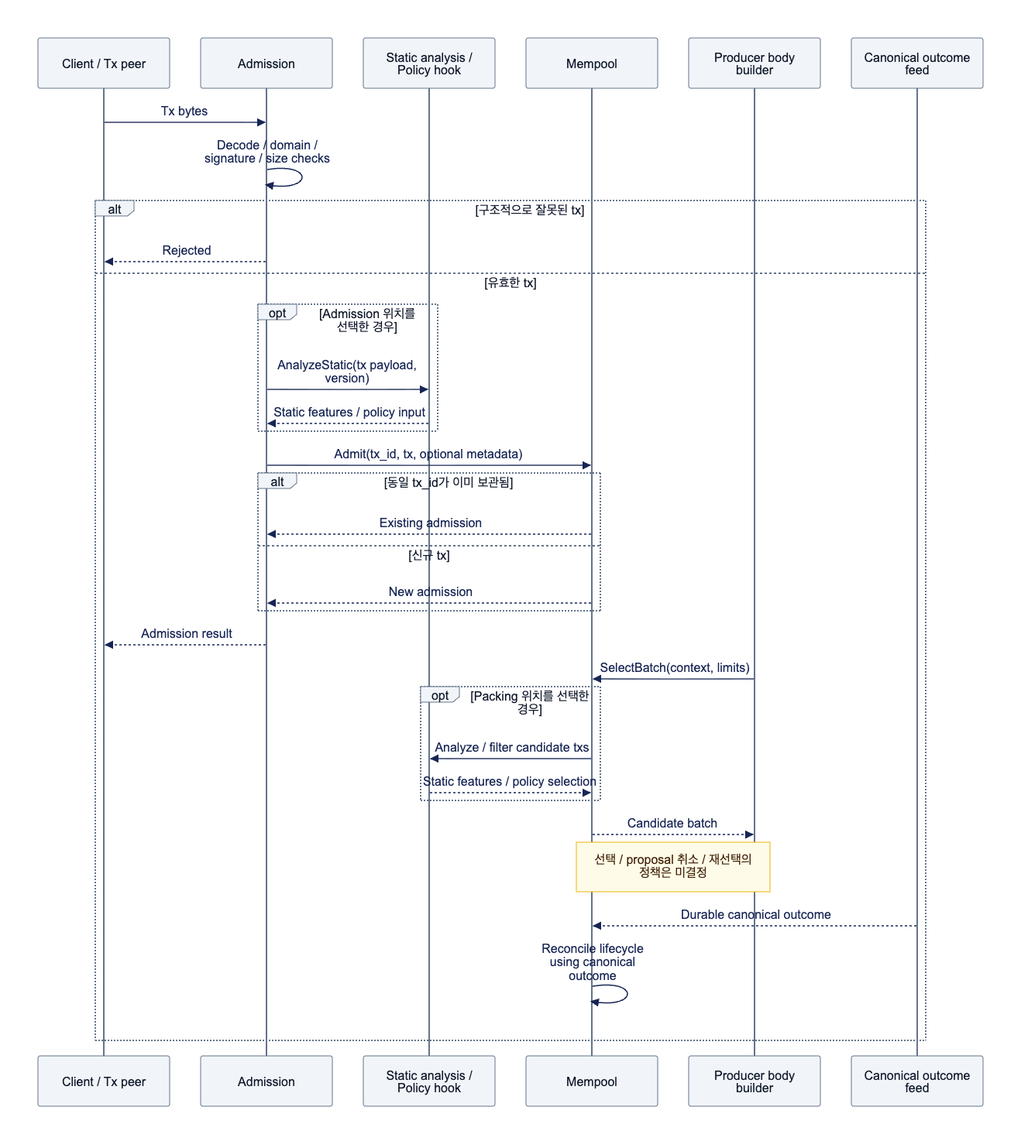
Above: assets/diagrams/diagram-03.png in djm07073/baton-research (Mermaid), before the change. Its source is kept beside it as assets/diagrams/diagram-03.mmd.
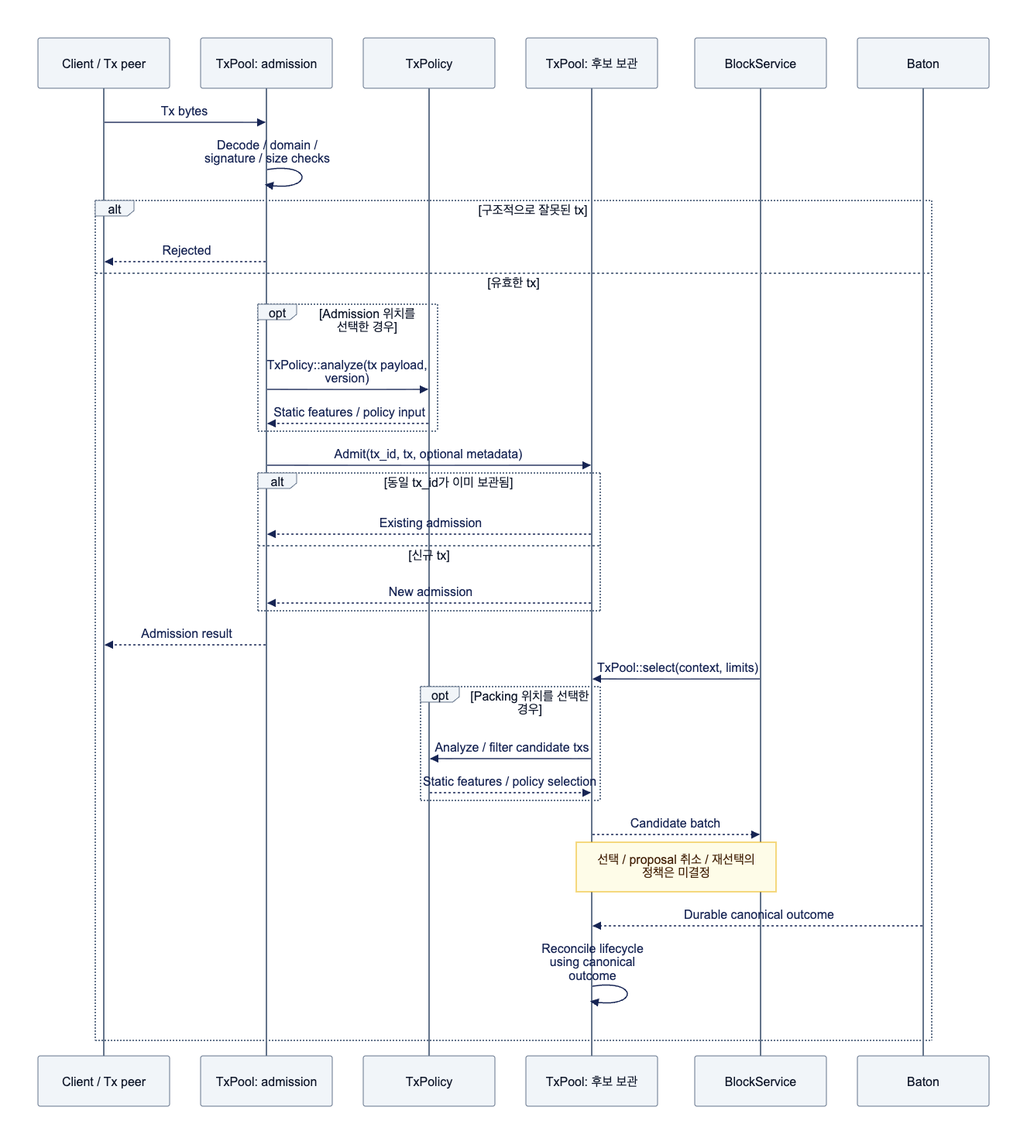
Later version of the same file.

Diff of the diagram source:
```diff
@@ -1,17 +1,17 @@
 sequenceDiagram
     participant C as Client / Tx peer
-    participant A as Admission
-    participant S as Static analysis / Policy hook
-    participant P as Mempool
-    participant B as Producer body builder
-    participant O as Canonical outcome feed
+    participant A as TxPool: admission
+    participant S as TxPolicy
+    participant P as TxPool: 후보 보관
+    participant B as BlockService
+    participant O as Baton
     C->>A: Tx bytes
     A->>A: Decode / domain / signature / size checks
     alt 구조적으로 잘못된 tx
         A-->>C: Rejected
     else 유효한 tx
         opt Admission 위치를 선택한 경우
-            A->>S: AnalyzeStatic(tx payload, version)
+            A->>S: TxPolicy::analyze(tx payload, version)
             S-->>A: Static features / policy input
         end
         A->>P: Admit(tx_id, tx, optional metadata)
@@ -21,7 +21,7 @@
             P-->>A: New admission
         end
         A-->>C: Admission result
-        B->>P: SelectBatch(context, limits)
+        B->>P: TxPool::select(context, limits)
         opt Packing 위치를 선택한 경우
             P->>S: Analyze / filter candidate txs
             S-->>P: Static features / policy selection
```
